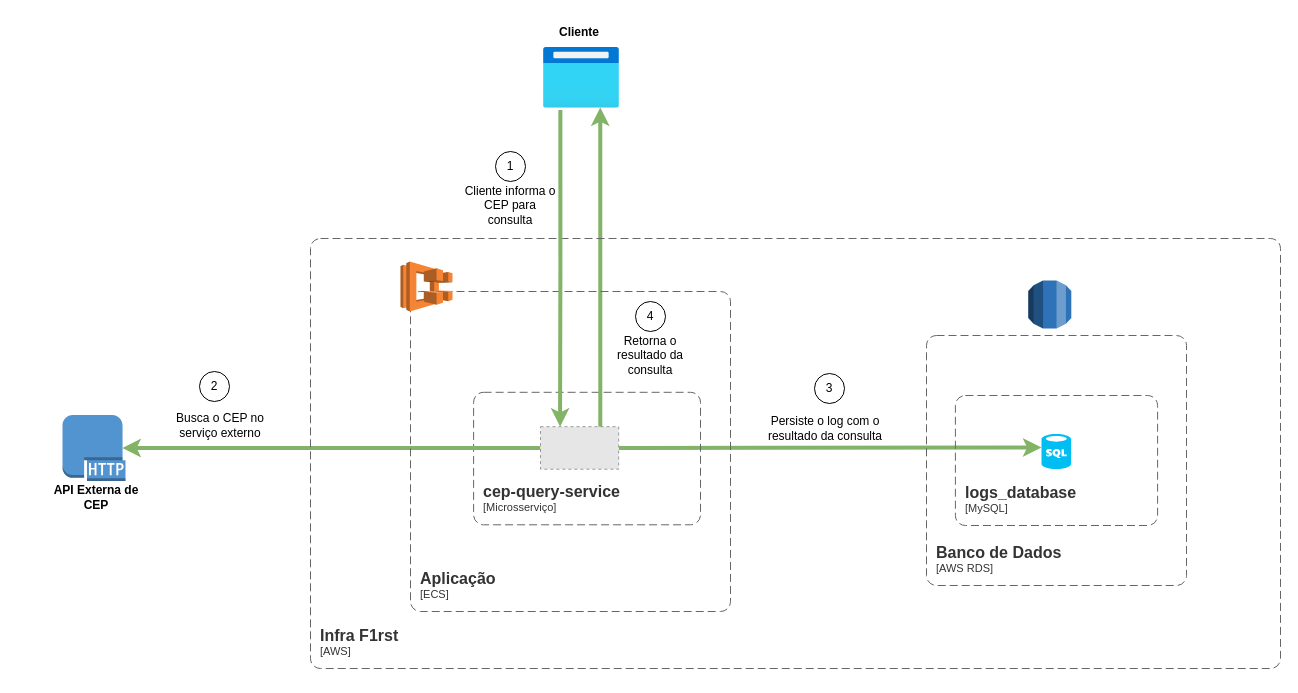
This is Desafio-Nava.drawio from devgabrielsouza4278/desafio-nava, a draw.io file, before an edit. Source tidied: cells renumbered, new cells numbered last; positions are measured from the earlier drawing's top-left corner, leaving out a move shared by most shapes. Both pictures are drawn from the tidied source at 100%, with x=0, y=0 at pixel (51, 17). Pictures stored in the file or linked from it are replaced by grey dashed boxes.
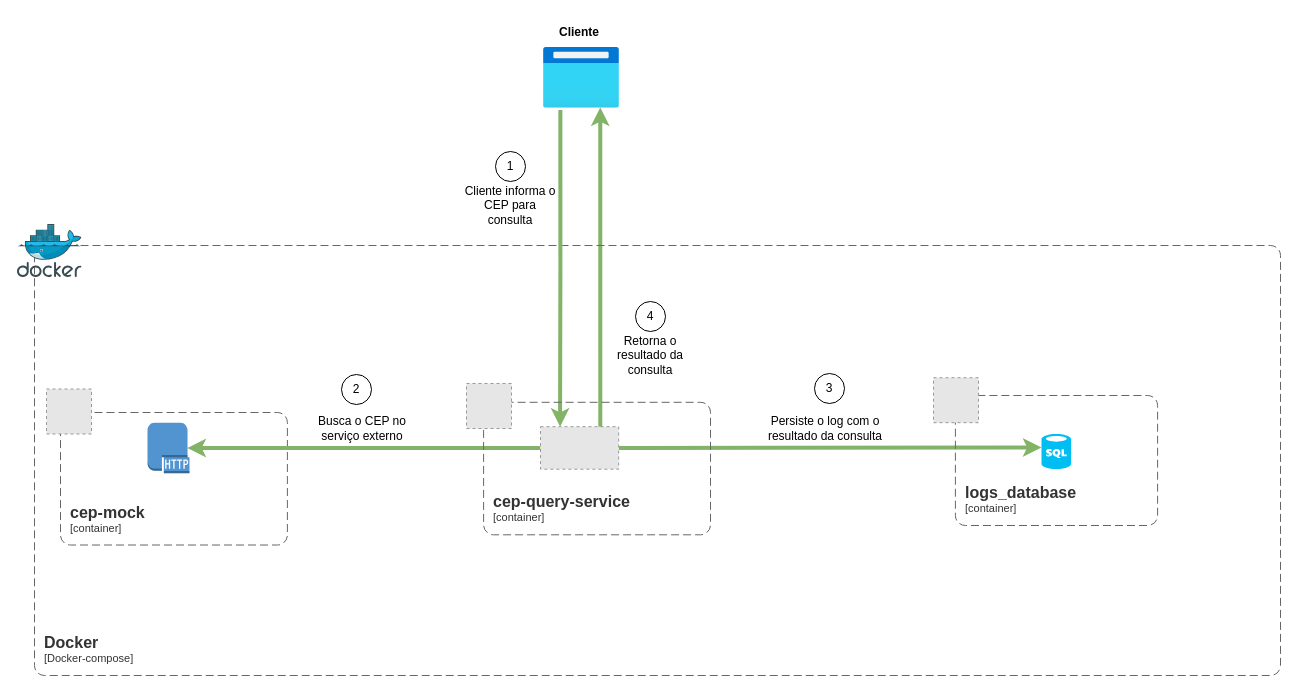
The same diagram, later.

Diff of the diagram source:
```diff
@@
+    <object id="3" label="&lt;font style=&quot;font-size: 16px&quot;&gt;&lt;b&gt;&lt;div style=&quot;text-align: left&quot;&gt;%c4Name%&lt;/div&gt;&lt;/b&gt;&lt;/font&gt;&lt;div style=&quot;text-align: left&quot;&gt;[%c4Application%]&lt;/div&gt;" c4Application="container" c4Name="cep-mock" placeholders="1">
+      <mxCell style="rounded=1;fontSize=11;whiteSpace=wrap;html=1;dashed=1;arcSize=20;fillColor=none;strokeColor=#666666;fontColor=#333333;labelBackgroundColor=none;align=left;verticalAlign=bottom;labelBorderColor=none;spacingTop=0;spacing=10;dashPattern=8 4;perimeter=rectanglePerimeter;noLabel=0;labelPadding=0;absoluteArcSize=1;" parent="1" vertex="1">
+        <mxGeometry x="9" y="395" width="226.9" height="132.5" as="geometry" />
+      </mxCell>
+    </object>
@@
-    <object id="3" label="&lt;font style=&quot;font-size: 16px&quot;&gt;&lt;b&gt;&lt;div style=&quot;text-align: left&quot;&gt;%c4Name%&lt;/div&gt;&lt;/b&gt;&lt;/font&gt;&lt;div style=&quot;text-align: left&quot;&gt;[%c4Application%]&lt;/div&gt;" c4Application="Microsserviço" c4Name="cep-query-service" placeholders="1">
-      <mxCell style="rounded=1;fontSize=11;whiteSpace=wrap;html=1;dashed=1;arcSize=20;fillColor=none;strokeColor=#666666;fontColor=#333333;labelBackgroundColor=none;align=left;verticalAlign=bottom;labelBorderColor=none;spacingTop=0;spacing=10;dashPattern=8 4;perimeter=rectanglePerimeter;noLabel=0;labelPadding=0;absoluteArcSize=1;" parent="1" vertex="1">
-        <mxGeometry x="422.1" y="374.8" width="226.9" height="132.5" as="geometry" />
-      </mxCell>
-    </object>
@@
-    <object id="7" label="&lt;font style=&quot;font-size: 16px&quot;&gt;&lt;b&gt;&lt;div style=&quot;text-align: left&quot;&gt;%c4Name%&lt;/div&gt;&lt;/b&gt;&lt;/font&gt;&lt;div style=&quot;text-align: left&quot;&gt;[%c4Application%]&lt;/div&gt;" c4Application="ECS" c4Name="Aplicação" placeholders="1">
-      <mxCell style="rounded=1;fontSize=11;whiteSpace=wrap;html=1;dashed=1;arcSize=20;fillColor=none;strokeColor=#666666;fontColor=#333333;labelBackgroundColor=none;align=left;verticalAlign=bottom;labelBorderColor=none;spacingTop=0;spacing=10;dashPattern=8 4;perimeter=rectanglePerimeter;noLabel=0;labelPadding=0;absoluteArcSize=1;" parent="1" vertex="1">
-        <mxGeometry x="359" y="274" width="320" height="320" as="geometry" />
-      </mxCell>
-    </object>
-    <mxCell id="8" style="dashed=0;verticalLabelPosition=bottom;verticalAlign=top;align=center;html=1;shape=mxgraph.aws3.ecs;fillColor=#F58534;gradientColor=none;" parent="1" vertex="1">
-      <mxGeometry x="349" y="244" width="52" height="50" as="geometry" />
-    </mxCell>
-    <object id="9" label="&lt;font style=&quot;font-size: 16px&quot;&gt;&lt;b&gt;&lt;div style=&quot;text-align: left&quot;&gt;%c4Name%&lt;/div&gt;&lt;/b&gt;&lt;/font&gt;&lt;div style=&quot;text-align: left&quot;&gt;[%c4Application%]&lt;/div&gt;" c4Application="AWS" c4Name="Infra F1rst" placeholders="1">
+    <object id="9" label="&lt;font style=&quot;font-size: 16px&quot;&gt;&lt;b&gt;&lt;div style=&quot;text-align: left&quot;&gt;%c4Name%&lt;/div&gt;&lt;/b&gt;&lt;/font&gt;&lt;div style=&quot;text-align: left&quot;&gt;[%c4Application%]&lt;/div&gt;" c4Application="Docker-compose" c4Name="Docker" placeholders="1">
       <mxCell style="rounded=1;fontSize=11;whiteSpace=wrap;html=1;dashed=1;arcSize=20;fillColor=none;strokeColor=#666666;fontColor=#333333;labelBackgroundColor=none;align=left;verticalAlign=bottom;labelBorderColor=none;spacingTop=0;spacing=10;dashPattern=8 4;perimeter=rectanglePerimeter;noLabel=0;labelPadding=0;absoluteArcSize=1;" parent="1" vertex="1">
-        <mxGeometry x="259" y="221" width="970" height="430" as="geometry" />
+        <mxGeometry x="-17" y="228" width="1246" height="430" as="geometry" />
       </mxCell>
     </object>
-    <mxCell id="10" value="API Externa de CEP" style="text;html=1;align=center;verticalAlign=middle;whiteSpace=wrap;rounded=0;fontStyle=1;" parent="1" vertex="1">
-      <mxGeometry y="465" width="90" height="30" as="geometry" />
-    </mxCell>
-    <mxCell id="11" style="edgeStyle=orthogonalEdgeStyle;rounded=0;orthogonalLoop=1;jettySize=auto;html=1;exitX=0.5;exitY=1;exitDx=0;exitDy=0;" parent="1" edge="1" source="10" target="10">
-      <mxGeometry relative="1" as="geometry" />
+    <mxCell id="11" style="edgeStyle=orthogonalEdgeStyle;rounded=0;orthogonalLoop=1;jettySize=auto;html=1;exitX=0.5;exitY=1;exitDx=0;exitDy=0;" parent="1" edge="1">
+      <mxGeometry relative="1" as="geometry">
+        <mxPoint x="129" y="495" as="sourcePoint" />
+        <mxPoint x="129" y="495" as="targetPoint" />
+      </mxGeometry>
     </mxCell>
     <mxCell id="12" style="outlineConnect=0;dashed=0;verticalLabelPosition=bottom;verticalAlign=top;align=center;html=1;shape=mxgraph.aws3.http_protocol;fillColor=#5294CF;gradientColor=none;" parent="1" vertex="1">
-      <mxGeometry x="11" y="397.5" width="63" height="66" as="geometry" />
+      <mxGeometry x="96" y="405.2" width="42" height="50.5" as="geometry" />
     </mxCell>
     <mxCell id="13" style="group;" parent="1" vertex="1">
-      <mxGeometry x="119" y="354" width="100" height="69" as="geometry" />
+      <mxGeometry x="261" y="357" width="100" height="69" as="geometry" />
     </mxCell>
@@
-    <object id="16" label="&lt;font style=&quot;font-size: 16px&quot;&gt;&lt;b&gt;&lt;div style=&quot;text-align: left&quot;&gt;%c4Name%&lt;/div&gt;&lt;/b&gt;&lt;/font&gt;&lt;div style=&quot;text-align: left&quot;&gt;[%c4Application%]&lt;/div&gt;" c4Application="MySQL" c4Name="logs_database" placeholders="1">
+    <object id="16" label="&lt;font style=&quot;font-size: 16px&quot;&gt;&lt;b&gt;&lt;div style=&quot;text-align: left&quot;&gt;%c4Name%&lt;/div&gt;&lt;/b&gt;&lt;/font&gt;&lt;div style=&quot;text-align: left&quot;&gt;[%c4Application%]&lt;/div&gt;" c4Application="container" c4Name="logs_database" placeholders="1">
       <mxCell style="rounded=1;fontSize=11;whiteSpace=wrap;html=1;dashed=1;arcSize=20;fillColor=none;strokeColor=#666666;fontColor=#333333;labelBackgroundColor=none;align=left;verticalAlign=bottom;labelBorderColor=none;spacingTop=0;spacing=10;dashPattern=8 4;perimeter=rectanglePerimeter;noLabel=0;labelPadding=0;absoluteArcSize=1;" parent="1" vertex="1">
         <mxGeometry x="903.9" y="378" width="202.2" height="130" as="geometry" />
       </mxCell>
     </object>
@@
-    <object id="18" label="&lt;font style=&quot;font-size: 16px&quot;&gt;&lt;b&gt;&lt;div style=&quot;text-align: left&quot;&gt;%c4Name%&lt;/div&gt;&lt;/b&gt;&lt;/font&gt;&lt;div style=&quot;text-align: left&quot;&gt;[%c4Application%]&lt;/div&gt;" c4Application="AWS RDS" c4Name="Banco de Dados" placeholders="1">
-      <mxCell style="rounded=1;fontSize=11;whiteSpace=wrap;html=1;dashed=1;arcSize=20;fillColor=none;strokeColor=#666666;fontColor=#333333;labelBackgroundColor=none;align=left;verticalAlign=bottom;labelBorderColor=none;spacingTop=0;spacing=10;dashPattern=8 4;perimeter=rectanglePerimeter;noLabel=0;labelPadding=0;absoluteArcSize=1;" parent="1" vertex="1">
-        <mxGeometry x="875" y="318" width="260" height="250" as="geometry" />
-      </mxCell>
-    </object>
-    <mxCell id="19" style="dashed=0;verticalLabelPosition=bottom;verticalAlign=top;align=center;html=1;shape=mxgraph.aws3.rds;fillColor=#2E73B8;gradientColor=none;" parent="1" vertex="1">
-      <mxGeometry x="976.8" y="263" width="43" height="48" as="geometry" />
-    </mxCell>
@@
+    <object id="30" label="&lt;font style=&quot;font-size: 16px&quot;&gt;&lt;b&gt;&lt;div style=&quot;text-align: left&quot;&gt;%c4Name%&lt;/div&gt;&lt;/b&gt;&lt;/font&gt;&lt;div style=&quot;text-align: left&quot;&gt;[%c4Application%]&lt;/div&gt;" c4Application="container" c4Name="cep-query-service" placeholders="1">
+      <mxCell style="rounded=1;fontSize=11;whiteSpace=wrap;html=1;dashed=1;arcSize=20;fillColor=none;strokeColor=#666666;fontColor=#333333;labelBackgroundColor=none;align=left;verticalAlign=bottom;labelBorderColor=none;spacingTop=0;spacing=10;dashPattern=8 4;perimeter=rectanglePerimeter;noLabel=0;labelPadding=0;absoluteArcSize=1;" parent="1" vertex="1">
+        <mxGeometry x="432.1" y="384.8" width="226.9" height="132.5" as="geometry" />
+      </mxCell>
+    </object>
+    <mxCell id="31" style="image;sketch=0;html=1;align=center;fontSize=12;image=img/lib/mscae/Docker.svg;" parent="1" vertex="1">
+      <mxGeometry x="-34" y="207" width="64.6" height="53" as="geometry" />
+    </mxCell>
+    <mxCell id="32" style="fillColor=#E6E6E6;strokeColor=#999999;dashed=1;html=1;verticalAlign=top;verticalLabelPosition=bottom;labelBackgroundColor=#ffffff;" parent="1" vertex="1">
+      <mxGeometry x="-5" y="371.5" width="45" height="45" as="geometry" />
+    </mxCell>
+    <mxCell id="33" style="fillColor=#E6E6E6;strokeColor=#999999;dashed=1;html=1;verticalAlign=top;verticalLabelPosition=bottom;labelBackgroundColor=#ffffff;" parent="1" vertex="1">
+      <mxGeometry x="415" y="366" width="45" height="45" as="geometry" />
+    </mxCell>
+    <mxCell id="34" style="fillColor=#E6E6E6;strokeColor=#999999;dashed=1;html=1;verticalAlign=top;verticalLabelPosition=bottom;labelBackgroundColor=#ffffff;" parent="1" vertex="1">
+      <mxGeometry x="882" y="360.2" width="45" height="45" as="geometry" />
+    </mxCell>
```
